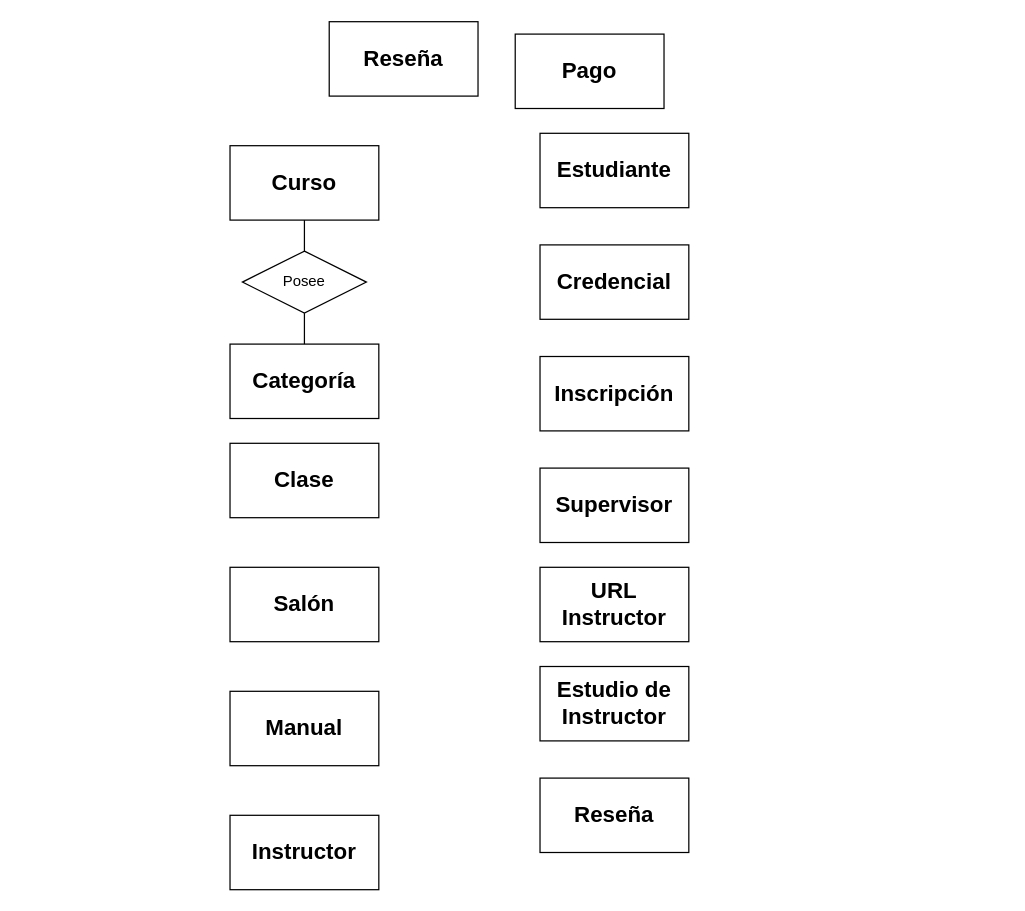
Above: Practica_4.drawio in EstebanArellanesConde/Dise-os-E-R-Bases (draw.io), before the change. Source tidied: cells renumbered, new cells numbered last; positions are measured from the earlier drawing's top-left corner, leaving out a move shared by most shapes. Both pictures are drawn from the tidied source at 124%, with x=0, y=0 at pixel (229, 21).
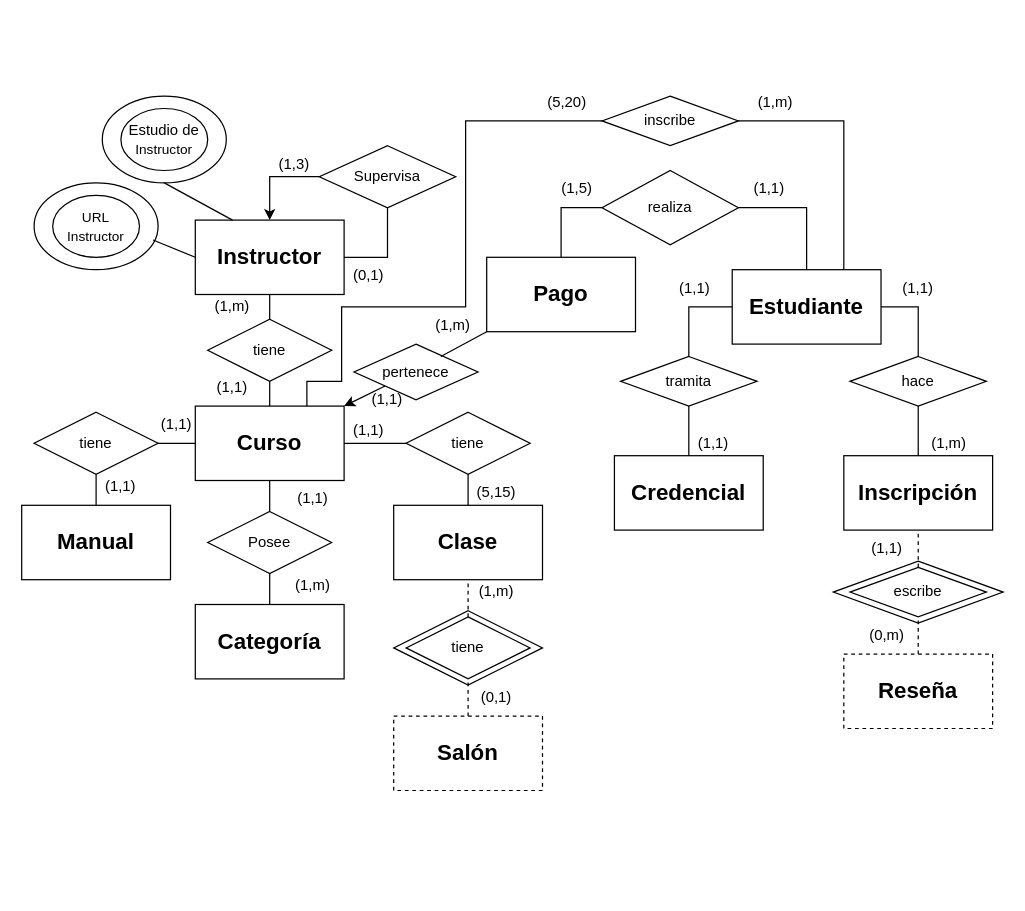
After the change.

Diff of the diagram source:
```diff
@@
+    <mxCell id="20" style="rhombus;whiteSpace=wrap;html=1;" parent="1" vertex="1">
+      <mxGeometry x="486.5" y="435" width="137" height="50" as="geometry" />
+    </mxCell>
+    <mxCell id="21" style="rhombus;whiteSpace=wrap;html=1;" parent="1" vertex="1">
+      <mxGeometry x="132" y="475" width="120" height="60" as="geometry" />
+    </mxCell>
+    <mxCell id="22" style="ellipse;whiteSpace=wrap;html=1;" parent="1" vertex="1">
+      <mxGeometry x="-103" y="60" width="100" height="70" as="geometry" />
+    </mxCell>
+    <mxCell id="23" style="ellipse;whiteSpace=wrap;html=1;" parent="1" vertex="1">
+      <mxGeometry x="-158" y="130" width="100" height="70" as="geometry" />
+    </mxCell>
+    <mxCell id="24" style="edgeStyle=orthogonalEdgeStyle;rounded=0;jettySize=auto;html=1;exitX=0;exitY=0.5;exitDx=0;exitDy=0;entryX=1;entryY=0.5;entryDx=0;entryDy=0;endArrow=none;startFill=0;" parent="1" edge="1" source="2" target="33">
+      <mxGeometry relative="1" as="geometry" />
+    </mxCell>
     <mxCell id="2" value="&lt;b&gt;&lt;font style=&quot;font-size: 18px;&quot;&gt;Curso&lt;/font&gt;&lt;/b&gt;" style="rounded=0;whiteSpace=wrap;html=1;" parent="1" vertex="1">
-      <mxGeometry y="100" width="120" height="60" as="geometry" />
+      <mxGeometry x="-28" y="310" width="120" height="60" as="geometry" />
     </mxCell>
     <mxCell id="3" value="&lt;b&gt;&lt;font style=&quot;font-size: 18px;&quot;&gt;Categoría&lt;/font&gt;&lt;/b&gt;" style="rounded=0;whiteSpace=wrap;html=1;" parent="1" vertex="1">
-      <mxGeometry y="260" width="120" height="60" as="geometry" />
+      <mxGeometry x="-28" y="470" width="120" height="60" as="geometry" />
     </mxCell>
     <mxCell id="4" value="&lt;b&gt;&lt;font style=&quot;font-size: 18px;&quot;&gt;Clase&lt;/font&gt;&lt;/b&gt;" style="rounded=0;whiteSpace=wrap;html=1;" parent="1" vertex="1">
-      <mxGeometry y="340" width="120" height="60" as="geometry" />
+      <mxGeometry x="132" y="390" width="120" height="60" as="geometry" />
     </mxCell>
-    <mxCell id="5" value="&lt;b&gt;&lt;font style=&quot;font-size: 18px;&quot;&gt;Salón&lt;/font&gt;&lt;/b&gt;" style="rounded=0;whiteSpace=wrap;html=1;" parent="1" vertex="1">
-      <mxGeometry y="440" width="120" height="60" as="geometry" />
+    <mxCell id="5" value="&lt;b&gt;&lt;font style=&quot;font-size: 18px;&quot;&gt;Salón&lt;/font&gt;&lt;/b&gt;" style="rounded=0;whiteSpace=wrap;html=1;dashed=1;" parent="1" vertex="1">
+      <mxGeometry x="132" y="560" width="120" height="60" as="geometry" />
     </mxCell>
     <mxCell id="6" value="&lt;b&gt;&lt;font style=&quot;font-size: 18px;&quot;&gt;Manual&lt;/font&gt;&lt;/b&gt;" style="rounded=0;whiteSpace=wrap;html=1;" parent="1" vertex="1">
-      <mxGeometry y="540" width="120" height="60" as="geometry" />
+      <mxGeometry x="-168" y="390" width="120" height="60" as="geometry" />
     </mxCell>
     <mxCell id="7" value="&lt;b&gt;&lt;font style=&quot;font-size: 18px;&quot;&gt;Instructor&lt;/font&gt;&lt;/b&gt;" style="rounded=0;whiteSpace=wrap;html=1;" parent="1" vertex="1">
-      <mxGeometry y="640" width="120" height="60" as="geometry" />
+      <mxGeometry x="-28" y="160" width="120" height="60" as="geometry" />
     </mxCell>
-    <mxCell id="8" value="&lt;b&gt;&lt;font style=&quot;font-size: 18px;&quot;&gt;URL Instructor&lt;/font&gt;&lt;/b&gt;" style="rounded=0;whiteSpace=wrap;html=1;" parent="1" vertex="1">
-      <mxGeometry x="250" y="440" width="120" height="60" as="geometry" />
-    </mxCell>
-    <mxCell id="9" value="&lt;b&gt;&lt;font style=&quot;font-size: 18px;&quot;&gt;Estudio de Instructor&lt;/font&gt;&lt;/b&gt;" style="rounded=0;whiteSpace=wrap;html=1;" parent="1" vertex="1">
-      <mxGeometry x="250" y="520" width="120" height="60" as="geometry" />
-    </mxCell>
-    <mxCell id="10" value="&lt;b&gt;&lt;font style=&quot;font-size: 18px;&quot;&gt;Supervisor&lt;/font&gt;&lt;/b&gt;" style="rounded=0;whiteSpace=wrap;html=1;" parent="1" vertex="1">
-      <mxGeometry x="250" y="360" width="120" height="60" as="geometry" />
-    </mxCell>
+    <mxCell id="25" style="edgeStyle=orthogonalEdgeStyle;rounded=0;jettySize=auto;html=1;exitX=0.5;exitY=0;exitDx=0;exitDy=0;entryX=1;entryY=0.5;entryDx=0;entryDy=0;endArrow=none;startFill=0;" parent="1" edge="1" source="11" target="54">
+      <mxGeometry relative="1" as="geometry" />
+    </mxCell>
+    <mxCell id="26" style="edgeStyle=orthogonalEdgeStyle;rounded=0;jettySize=auto;html=1;exitX=0.75;exitY=0;exitDx=0;exitDy=0;entryX=0;entryY=1;entryDx=0;entryDy=0;endArrow=none;startFill=0;" parent="1" edge="1" source="11" target="69">
+      <mxGeometry relative="1" as="geometry">
+        <Array as="points">
+          <mxPoint x="495" y="80" />
+        </Array>
+      </mxGeometry>
+    </mxCell>
     <mxCell id="11" value="&lt;b&gt;&lt;font style=&quot;font-size: 18px;&quot;&gt;Estudiante&lt;/font&gt;&lt;/b&gt;" style="rounded=0;whiteSpace=wrap;html=1;" parent="1" vertex="1">
-      <mxGeometry x="250" y="90" width="120" height="60" as="geometry" />
+      <mxGeometry x="405" y="200" width="120" height="60" as="geometry" />
     </mxCell>
     <mxCell id="12" value="&lt;b&gt;&lt;font style=&quot;font-size: 18px;&quot;&gt;Credencial&lt;/font&gt;&lt;/b&gt;" style="rounded=0;whiteSpace=wrap;html=1;" parent="1" vertex="1">
-      <mxGeometry x="250" y="180" width="120" height="60" as="geometry" />
+      <mxGeometry x="310" y="350" width="120" height="60" as="geometry" />
     </mxCell>
     <mxCell id="13" value="&lt;b&gt;&lt;font style=&quot;font-size: 18px;&quot;&gt;Inscripción&lt;/font&gt;&lt;/b&gt;" style="rounded=0;whiteSpace=wrap;html=1;" parent="1" vertex="1">
-      <mxGeometry x="250" y="270" width="120" height="60" as="geometry" />
+      <mxGeometry x="495" y="350" width="120" height="60" as="geometry" />
     </mxCell>
-    <mxCell id="14" value="&lt;b&gt;&lt;font style=&quot;font-size: 18px;&quot;&gt;Reseña&lt;/font&gt;&lt;/b&gt;" style="rounded=0;whiteSpace=wrap;html=1;" parent="1" vertex="1">
-      <mxGeometry x="250" y="610" width="120" height="60" as="geometry" />
-    </mxCell>
-    <mxCell id="15" value="&lt;b&gt;&lt;font style=&quot;font-size: 18px;&quot;&gt;Reseña&lt;/font&gt;&lt;/b&gt;" style="rounded=0;whiteSpace=wrap;html=1;" parent="1" vertex="1">
-      <mxGeometry x="80" width="120" height="60" as="geometry" />
+    <mxCell id="15" value="&lt;b&gt;&lt;font style=&quot;font-size: 18px;&quot;&gt;Reseña&lt;/font&gt;&lt;/b&gt;" style="rounded=0;whiteSpace=wrap;html=1;dashed=1;" parent="1" vertex="1">
+      <mxGeometry x="495" y="510" width="120" height="60" as="geometry" />
     </mxCell>
     <mxCell id="16" value="&lt;b&gt;&lt;font style=&quot;font-size: 18px;&quot;&gt;Pago&lt;/font&gt;&lt;/b&gt;" style="rounded=0;whiteSpace=wrap;html=1;" parent="1" vertex="1">
-      <mxGeometry x="230" y="10" width="120" height="60" as="geometry" />
+      <mxGeometry x="207" y="190" width="120" height="60" as="geometry" />
     </mxCell>
     <mxCell id="17" value="Posee" style="rhombus;whiteSpace=wrap;html=1;" parent="1" vertex="1">
-      <mxGeometry x="10" y="185" width="100" height="50" as="geometry" />
+      <mxGeometry x="-18" y="395" width="100" height="50" as="geometry" />
     </mxCell>
@@
+    <mxCell id="27" style="edgeStyle=orthogonalEdgeStyle;rounded=0;jettySize=auto;html=1;exitX=0;exitY=0.5;exitDx=0;exitDy=0;entryX=1;entryY=0.5;entryDx=0;entryDy=0;endArrow=none;startFill=0;" parent="1" edge="1" source="28" target="2">
+      <mxGeometry relative="1" as="geometry" />
+    </mxCell>
+    <mxCell id="28" value="tiene" style="rhombus;whiteSpace=wrap;html=1;" parent="1" vertex="1">
+      <mxGeometry x="142" y="315" width="100" height="50" as="geometry" />
+    </mxCell>
+    <mxCell id="29" style="endArrow=none;html=1;rounded=0;entryX=0.5;entryY=1;entryDx=0;entryDy=0;exitX=0.5;exitY=0;exitDx=0;exitDy=0;" parent="1" edge="1" source="4" target="28">
+      <mxGeometry relative="1" as="geometry" />
+    </mxCell>
+    <mxCell id="30" style="endArrow=none;html=1;rounded=0;entryX=0.5;entryY=1;entryDx=0;entryDy=0;exitX=0.5;exitY=0;exitDx=0;exitDy=0;dashed=1;" parent="1" edge="1" source="31" target="4">
+      <mxGeometry relative="1" as="geometry" />
+    </mxCell>
+    <mxCell id="31" value="tiene" style="rhombus;whiteSpace=wrap;html=1;" parent="1" vertex="1">
+      <mxGeometry x="142" y="480" width="100" height="50" as="geometry" />
+    </mxCell>
+    <mxCell id="32" style="endArrow=none;html=1;rounded=0;entryX=0.5;entryY=1;entryDx=0;entryDy=0;exitX=0.5;exitY=0;exitDx=0;exitDy=0;dashed=1;" parent="1" edge="1" source="5" target="31">
+      <mxGeometry relative="1" as="geometry" />
+    </mxCell>
+    <mxCell id="33" value="tiene" style="rhombus;whiteSpace=wrap;html=1;" parent="1" vertex="1">
+      <mxGeometry x="-158" y="315" width="100" height="50" as="geometry" />
+    </mxCell>
+    <mxCell id="34" style="endArrow=none;html=1;rounded=0;entryX=0.5;entryY=1;entryDx=0;entryDy=0;exitX=0.5;exitY=0;exitDx=0;exitDy=0;" parent="1" edge="1" source="6" target="33">
+      <mxGeometry relative="1" as="geometry" />
+    </mxCell>
+    <mxCell id="35" value="tiene" style="rhombus;whiteSpace=wrap;html=1;" parent="1" vertex="1">
+      <mxGeometry x="-18" y="240" width="100" height="50" as="geometry" />
+    </mxCell>
+    <mxCell id="36" style="endArrow=none;html=1;rounded=0;entryX=0.5;entryY=0;entryDx=0;entryDy=0;exitX=0.5;exitY=1;exitDx=0;exitDy=0;" parent="1" edge="1" source="7" target="35">
+      <mxGeometry relative="1" as="geometry" />
+    </mxCell>
+    <mxCell id="37" style="endArrow=none;html=1;rounded=0;entryX=0.5;entryY=1;entryDx=0;entryDy=0;exitX=0.5;exitY=0;exitDx=0;exitDy=0;" parent="1" edge="1" target="35">
+      <mxGeometry relative="1" as="geometry">
+        <mxPoint x="32" y="310" as="sourcePoint" />
+      </mxGeometry>
+    </mxCell>
+    <mxCell id="38" value="Supervisa" style="rhombus;whiteSpace=wrap;html=1;" parent="1" vertex="1">
+      <mxGeometry x="72" y="100" width="110" height="50" as="geometry" />
+    </mxCell>
+    <mxCell id="39" style="endArrow=none;html=1;rounded=0;entryX=0.5;entryY=1;entryDx=0;entryDy=0;exitX=1;exitY=0.5;exitDx=0;exitDy=0;" parent="1" edge="1" source="7" target="38">
+      <mxGeometry relative="1" as="geometry">
+        <Array as="points">
+          <mxPoint x="127" y="190" />
+        </Array>
+      </mxGeometry>
+    </mxCell>
+    <mxCell id="40" style="endArrow=classic;html=1;rounded=0;entryX=0.5;entryY=0;entryDx=0;entryDy=0;exitX=0;exitY=0.5;exitDx=0;exitDy=0;" parent="1" edge="1" source="38" target="7">
+      <mxGeometry relative="1" as="geometry">
+        <Array as="points">
+          <mxPoint x="32" y="125" />
+        </Array>
+      </mxGeometry>
+    </mxCell>
+    <mxCell id="8" value="&lt;font style=&quot;font-size: 11px;&quot;&gt;URL Instructor&lt;/font&gt;" style="ellipse;whiteSpace=wrap;html=1;" parent="1" vertex="1">
+      <mxGeometry x="-143" y="140" width="70" height="50" as="geometry" />
+    </mxCell>
+    <mxCell id="9" value="Estudio de&lt;font style=&quot;font-size: 11px;&quot;&gt; Instructor&lt;/font&gt;" style="ellipse;whiteSpace=wrap;html=1;" parent="1" vertex="1">
+      <mxGeometry x="-88" y="70" width="70" height="50" as="geometry" />
+    </mxCell>
+    <mxCell id="41" style="endArrow=none;html=1;rounded=0;entryX=0.959;entryY=0.658;entryDx=0;entryDy=0;exitX=0;exitY=0.5;exitDx=0;exitDy=0;entryPerimeter=0;" parent="1" edge="1" source="7" target="23">
+      <mxGeometry relative="1" as="geometry" />
+    </mxCell>
+    <mxCell id="42" style="endArrow=none;html=1;rounded=0;entryX=0.5;entryY=1;entryDx=0;entryDy=0;exitX=0.25;exitY=0;exitDx=0;exitDy=0;" parent="1" edge="1" source="7" target="22">
+      <mxGeometry relative="1" as="geometry" />
+    </mxCell>
+    <mxCell id="43" value="tramita" style="rhombus;whiteSpace=wrap;html=1;" parent="1" vertex="1">
+      <mxGeometry x="315" y="270" width="110" height="40" as="geometry" />
+    </mxCell>
+    <mxCell id="44" value="hace" style="rhombus;whiteSpace=wrap;html=1;" parent="1" vertex="1">
+      <mxGeometry x="500" y="270" width="110" height="40" as="geometry" />
+    </mxCell>
+    <mxCell id="45" style="endArrow=none;html=1;rounded=0;entryX=0;entryY=0.5;entryDx=0;entryDy=0;exitX=0.5;exitY=0;exitDx=0;exitDy=0;" parent="1" edge="1" source="43" target="11">
+      <mxGeometry relative="1" as="geometry">
+        <Array as="points">
+          <mxPoint x="370" y="230" />
+        </Array>
+      </mxGeometry>
+    </mxCell>
+    <mxCell id="46" style="endArrow=none;html=1;rounded=0;exitX=1;exitY=0.5;exitDx=0;exitDy=0;entryX=0.5;entryY=0;entryDx=0;entryDy=0;" parent="1" edge="1" source="11" target="44">
+      <mxGeometry relative="1" as="geometry">
+        <Array as="points">
+          <mxPoint x="555" y="230" />
+        </Array>
+      </mxGeometry>
+    </mxCell>
+    <mxCell id="47" style="endArrow=none;html=1;rounded=0;exitX=0.5;exitY=0;exitDx=0;exitDy=0;entryX=0.5;entryY=1;entryDx=0;entryDy=0;" parent="1" edge="1" source="12" target="43">
+      <mxGeometry relative="1" as="geometry" />
+    </mxCell>
+    <mxCell id="48" style="endArrow=none;html=1;rounded=0;exitX=0.5;exitY=0;exitDx=0;exitDy=0;entryX=0.5;entryY=1;entryDx=0;entryDy=0;" parent="1" edge="1" target="44">
+      <mxGeometry relative="1" as="geometry">
+        <mxPoint x="555" y="350" as="sourcePoint" />
+      </mxGeometry>
+    </mxCell>
+    <mxCell id="49" value="escribe" style="rhombus;whiteSpace=wrap;html=1;" parent="1" vertex="1">
+      <mxGeometry x="500" y="440" width="110" height="40" as="geometry" />
+    </mxCell>
+    <mxCell id="50" style="endArrow=none;html=1;rounded=0;entryX=0.5;entryY=1;entryDx=0;entryDy=0;dashed=1;" parent="1" edge="1" target="49">
+      <mxGeometry relative="1" as="geometry">
+        <mxPoint x="555" y="510" as="sourcePoint" />
+      </mxGeometry>
+    </mxCell>
+    <mxCell id="51" style="endArrow=none;html=1;rounded=0;exitX=0.5;exitY=0;exitDx=0;exitDy=0;entryX=0.5;entryY=1;entryDx=0;entryDy=0;dashed=1;" parent="1" edge="1" source="49">
+      <mxGeometry relative="1" as="geometry">
+        <mxPoint x="555" y="410" as="targetPoint" />
+      </mxGeometry>
+    </mxCell>
+    <mxCell id="52" value="pertenece" style="rhombus;whiteSpace=wrap;html=1;" parent="1" vertex="1">
+      <mxGeometry x="100" y="260" width="100" height="45" as="geometry" />
+    </mxCell>
+    <mxCell id="53" style="endArrow=none;html=1;rounded=0;entryX=0;entryY=1;entryDx=0;entryDy=0;" parent="1" edge="1" target="16">
+      <mxGeometry relative="1" as="geometry">
+        <mxPoint x="170" y="270" as="sourcePoint" />
+      </mxGeometry>
+    </mxCell>
+    <mxCell id="54" value="realiza" style="rhombus;whiteSpace=wrap;html=1;" parent="1" vertex="1">
+      <mxGeometry x="300" y="120" width="110" height="60" as="geometry" />
+    </mxCell>
+    <mxCell id="55" style="endArrow=none;html=1;rounded=0;entryX=0;entryY=0.5;entryDx=0;entryDy=0;exitX=0.5;exitY=0;exitDx=0;exitDy=0;" parent="1" edge="1" source="16" target="54">
+      <mxGeometry relative="1" as="geometry">
+        <Array as="points">
+          <mxPoint x="267" y="150" />
+        </Array>
+      </mxGeometry>
+    </mxCell>
+    <mxCell id="56" value="(1,3)" style="text;html=1;align=center;verticalAlign=middle;whiteSpace=wrap;rounded=0;" parent="1" vertex="1">
+      <mxGeometry x="22" y="100" width="60" height="30" as="geometry" />
+    </mxCell>
+    <mxCell id="57" style="endArrow=classic;html=1;rounded=0;entryX=1;entryY=0;entryDx=0;entryDy=0;exitX=0;exitY=1;exitDx=0;exitDy=0;" parent="1" edge="1" source="52" target="2">
+      <mxGeometry relative="1" as="geometry" />
+    </mxCell>
+    <mxCell id="58" value="(0,1)" style="text;html=1;align=center;verticalAlign=middle;whiteSpace=wrap;rounded=0;" parent="1" vertex="1">
+      <mxGeometry x="82" y="190" width="60" height="30" as="geometry" />
+    </mxCell>
+    <mxCell id="59" value="(1,5)" style="text;html=1;align=center;verticalAlign=middle;whiteSpace=wrap;rounded=0;" parent="1" vertex="1">
+      <mxGeometry x="250" y="120" width="60" height="30" as="geometry" />
+    </mxCell>
+    <mxCell id="60" value="(1,1)" style="text;html=1;align=center;verticalAlign=middle;whiteSpace=wrap;rounded=0;" parent="1" vertex="1">
+      <mxGeometry x="405" y="120" width="60" height="30" as="geometry" />
+    </mxCell>
+    <mxCell id="61" value="(1,m)" style="text;html=1;align=center;verticalAlign=middle;whiteSpace=wrap;rounded=0;" parent="1" vertex="1">
+      <mxGeometry x="150" y="230" width="60" height="30" as="geometry" />
+    </mxCell>
+    <mxCell id="62" value="(1,1)" style="text;html=1;align=center;verticalAlign=middle;whiteSpace=wrap;rounded=0;" parent="1" vertex="1">
+      <mxGeometry x="97" y="290" width="60" height="30" as="geometry" />
+    </mxCell>
+    <mxCell id="63" value="(1,1)" style="text;html=1;align=center;verticalAlign=middle;whiteSpace=wrap;rounded=0;" parent="1" vertex="1">
+      <mxGeometry x="-28" y="280" width="60" height="30" as="geometry" />
+    </mxCell>
+    <mxCell id="64" value="(1,m)" style="text;html=1;align=center;verticalAlign=middle;whiteSpace=wrap;rounded=0;" parent="1" vertex="1">
+      <mxGeometry x="-28" y="215" width="60" height="30" as="geometry" />
+    </mxCell>
+    <mxCell id="65" value="(5,15)" style="text;html=1;align=center;verticalAlign=middle;whiteSpace=wrap;rounded=0;" parent="1" vertex="1">
+      <mxGeometry x="185" y="365" width="60" height="30" as="geometry" />
+    </mxCell>
+    <mxCell id="66" value="(1,1)" style="text;html=1;align=center;verticalAlign=middle;whiteSpace=wrap;rounded=0;" parent="1" vertex="1">
+      <mxGeometry x="82" y="315" width="60" height="30" as="geometry" />
+    </mxCell>
+    <mxCell id="67" style="edgeStyle=orthogonalEdgeStyle;rounded=0;jettySize=auto;html=1;exitX=0;exitY=0.5;exitDx=0;exitDy=0;entryX=0.75;entryY=0;entryDx=0;entryDy=0;endArrow=none;startFill=0;" parent="1" edge="1" source="68" target="2">
+      <mxGeometry relative="1" as="geometry">
+        <Array as="points">
+          <mxPoint x="190" y="80" />
+          <mxPoint x="190" y="230" />
+          <mxPoint x="90" y="230" />
+          <mxPoint x="90" y="290" />
+          <mxPoint x="62" y="290" />
+        </Array>
+      </mxGeometry>
+    </mxCell>
+    <mxCell id="68" value="inscribe" style="rhombus;whiteSpace=wrap;html=1;" parent="1" vertex="1">
+      <mxGeometry x="300" y="60" width="110" height="40" as="geometry" />
+    </mxCell>
+    <mxCell id="69" value="(1,m)" style="text;html=1;align=center;verticalAlign=middle;whiteSpace=wrap;rounded=0;" parent="1" vertex="1">
+      <mxGeometry x="410" y="50" width="60" height="30" as="geometry" />
+    </mxCell>
+    <mxCell id="70" value="(5,20)" style="text;html=1;align=center;verticalAlign=middle;whiteSpace=wrap;rounded=0;" parent="1" vertex="1">
+      <mxGeometry x="242" y="50" width="60" height="30" as="geometry" />
+    </mxCell>
+    <mxCell id="71" value="(1,m)" style="text;html=1;align=center;verticalAlign=middle;whiteSpace=wrap;rounded=0;" parent="1" vertex="1">
+      <mxGeometry x="37" y="440" width="60" height="30" as="geometry" />
+    </mxCell>
+    <mxCell id="72" value="(1,1)" style="text;html=1;align=center;verticalAlign=middle;whiteSpace=wrap;rounded=0;" parent="1" vertex="1">
+      <mxGeometry x="37" y="370" width="60" height="30" as="geometry" />
+    </mxCell>
+    <mxCell id="73" value="(1,1)" style="text;html=1;align=center;verticalAlign=middle;whiteSpace=wrap;rounded=0;" parent="1" vertex="1">
+      <mxGeometry x="-73" y="310" width="60" height="30" as="geometry" />
+    </mxCell>
+    <mxCell id="74" value="(1,1)" style="text;html=1;align=center;verticalAlign=middle;whiteSpace=wrap;rounded=0;" parent="1" vertex="1">
+      <mxGeometry x="-118" y="360" width="60" height="30" as="geometry" />
+    </mxCell>
+    <mxCell id="75" value="(1,1)" style="text;html=1;align=center;verticalAlign=middle;whiteSpace=wrap;rounded=0;" parent="1" vertex="1">
+      <mxGeometry x="360" y="325" width="60" height="30" as="geometry" />
+    </mxCell>
+    <mxCell id="76" value="(1,m)" style="text;html=1;align=center;verticalAlign=middle;whiteSpace=wrap;rounded=0;" parent="1" vertex="1">
+      <mxGeometry x="550" y="325" width="60" height="30" as="geometry" />
+    </mxCell>
+    <mxCell id="77" value="(1,1)" style="text;html=1;align=center;verticalAlign=middle;whiteSpace=wrap;rounded=0;" parent="1" vertex="1">
+      <mxGeometry x="345" y="200" width="60" height="30" as="geometry" />
+    </mxCell>
+    <mxCell id="78" value="(1,1)" style="text;html=1;align=center;verticalAlign=middle;whiteSpace=wrap;rounded=0;" parent="1" vertex="1">
+      <mxGeometry x="525" y="200" width="60" height="30" as="geometry" />
+    </mxCell>
+    <mxCell id="79" value="(0,1)" style="text;html=1;align=center;verticalAlign=middle;whiteSpace=wrap;rounded=0;" parent="1" vertex="1">
+      <mxGeometry x="185" y="530" width="60" height="30" as="geometry" />
+    </mxCell>
+    <mxCell id="80" value="(1,m)" style="text;html=1;align=center;verticalAlign=middle;whiteSpace=wrap;rounded=0;" parent="1" vertex="1">
+      <mxGeometry x="185" y="445" width="60" height="30" as="geometry" />
+    </mxCell>
+    <mxCell id="81" value="(1,1)" style="text;html=1;align=center;verticalAlign=middle;whiteSpace=wrap;rounded=0;" parent="1" vertex="1">
+      <mxGeometry x="500" y="410" width="60" height="30" as="geometry" />
+    </mxCell>
+    <mxCell id="82" value="(0,m)" style="text;html=1;align=center;verticalAlign=middle;whiteSpace=wrap;rounded=0;" parent="1" vertex="1">
+      <mxGeometry x="500" y="480" width="60" height="30" as="geometry" />
+    </mxCell>
```
